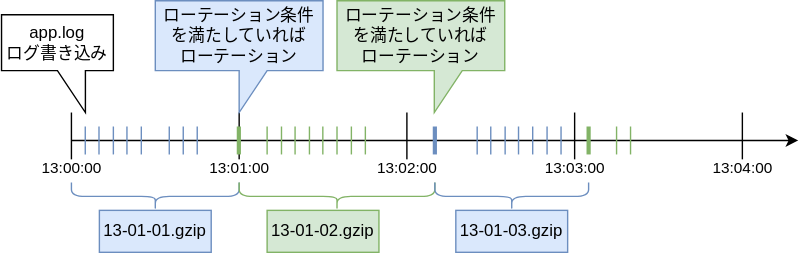
The draw.io diagram logger/doc/specific_img/specific-rotation1.drawio.svg in Riliumph/cpp_util, before a commit. Source tidied: cells renumbered, new cells last; positions are measured from the earlier drawing's top-left corner, leaving out a move shared by most shapes. Its diagram source:
```xml
<mxGraphModel>
  <root>
    <mxCell id="0" />
    <mxCell id="1" parent="0" />
    <mxCell id="2" style="endArrow=classic;html=1;rounded=0;strokeWidth=1;" parent="1" edge="1">
      <mxGeometry relative="1" as="geometry">
        <mxPoint x="50" y="100" as="sourcePoint" />
        <mxPoint x="570" y="100" as="targetPoint" />
      </mxGeometry>
    </mxCell>
    <mxCell id="3" value="13:00:00" style="endArrow=none;html=1;rounded=0;verticalAlign=middle;" parent="1" edge="1">
      <mxGeometry x="-1" relative="1" as="geometry">
        <mxPoint x="50" y="120" as="sourcePoint" />
        <mxPoint x="50" y="80" as="targetPoint" />
      </mxGeometry>
    </mxCell>
    <mxCell id="4" value="13:01:00" style="endArrow=none;html=1;rounded=0;verticalAlign=middle;" parent="1" edge="1">
      <mxGeometry x="-1" relative="1" as="geometry">
        <mxPoint x="170" y="120" as="sourcePoint" />
        <mxPoint x="170" y="80" as="targetPoint" />
      </mxGeometry>
    </mxCell>
    <mxCell id="5" value="13:02:00" style="endArrow=none;html=1;rounded=0;verticalAlign=middle;" parent="1" edge="1">
      <mxGeometry x="-1" relative="1" as="geometry">
        <mxPoint x="290" y="120" as="sourcePoint" />
        <mxPoint x="290" y="80" as="targetPoint" />
      </mxGeometry>
    </mxCell>
    <mxCell id="6" value="13:03:00" style="endArrow=none;html=1;rounded=0;verticalAlign=middle;" parent="1" edge="1">
      <mxGeometry x="-1" relative="1" as="geometry">
        <mxPoint x="410" y="120" as="sourcePoint" />
        <mxPoint x="410" y="80" as="targetPoint" />
      </mxGeometry>
    </mxCell>
    <mxCell id="7" style="endArrow=none;html=1;rounded=0;verticalAlign=middle;fillColor=#dae8fc;strokeColor=#6c8ebf;" parent="1" edge="1">
      <mxGeometry x="-1" relative="1" as="geometry">
        <mxPoint x="69.7" y="110" as="sourcePoint" />
        <mxPoint x="69.7" y="90" as="targetPoint" />
      </mxGeometry>
    </mxCell>
    <mxCell id="8" style="endArrow=none;html=1;rounded=0;verticalAlign=middle;fillColor=#dae8fc;strokeColor=#6c8ebf;" parent="1" edge="1">
      <mxGeometry x="-1" relative="1" as="geometry">
        <mxPoint x="80" y="110" as="sourcePoint" />
        <mxPoint x="80" y="90" as="targetPoint" />
      </mxGeometry>
    </mxCell>
    <mxCell id="9" style="endArrow=none;html=1;rounded=0;verticalAlign=middle;fillColor=#dae8fc;strokeColor=#6c8ebf;" parent="1" edge="1">
      <mxGeometry x="-1" relative="1" as="geometry">
        <mxPoint x="89.7" y="110" as="sourcePoint" />
        <mxPoint x="89.7" y="90" as="targetPoint" />
      </mxGeometry>
    </mxCell>
    <mxCell id="10" style="endArrow=none;html=1;rounded=0;verticalAlign=middle;fillColor=#dae8fc;strokeColor=#6c8ebf;" parent="1" edge="1">
      <mxGeometry x="-1" relative="1" as="geometry">
        <mxPoint x="100" y="110" as="sourcePoint" />
        <mxPoint x="100" y="90" as="targetPoint" />
      </mxGeometry>
    </mxCell>
    <mxCell id="11" style="endArrow=none;html=1;rounded=0;verticalAlign=middle;fillColor=#dae8fc;strokeColor=#6c8ebf;" parent="1" edge="1">
      <mxGeometry x="-1" relative="1" as="geometry">
        <mxPoint x="120" y="110" as="sourcePoint" />
        <mxPoint x="120" y="90" as="targetPoint" />
      </mxGeometry>
    </mxCell>
    <mxCell id="12" style="endArrow=none;html=1;rounded=0;verticalAlign=middle;fillColor=#dae8fc;strokeColor=#6c8ebf;" parent="1" edge="1">
      <mxGeometry x="-1" relative="1" as="geometry">
        <mxPoint x="130" y="110" as="sourcePoint" />
        <mxPoint x="130" y="90" as="targetPoint" />
      </mxGeometry>
    </mxCell>
    <mxCell id="13" style="endArrow=none;html=1;rounded=0;verticalAlign=middle;fillColor=#dae8fc;strokeColor=#6c8ebf;" parent="1" edge="1">
      <mxGeometry x="-1" relative="1" as="geometry">
        <mxPoint x="140" y="110" as="sourcePoint" />
        <mxPoint x="140" y="90" as="targetPoint" />
      </mxGeometry>
    </mxCell>
    <mxCell id="14" style="shape=curlyBracket;whiteSpace=wrap;html=1;rounded=1;flipH=1;labelPosition=right;verticalLabelPosition=middle;align=center;verticalAlign=middle;direction=north;size=0.5;fillColor=#dae8fc;strokeColor=#6c8ebf;" parent="1" vertex="1">
      <mxGeometry x="50" y="130" width="120" height="20" as="geometry" />
    </mxCell>
    <mxCell id="15" value="13-01-01.gzip" style="rounded=0;whiteSpace=wrap;html=1;fillColor=#dae8fc;strokeColor=#6c8ebf;" parent="1" vertex="1">
      <mxGeometry x="70" y="150" width="80" height="30" as="geometry" />
    </mxCell>
    <mxCell id="16" style="shape=curlyBracket;whiteSpace=wrap;html=1;rounded=1;flipH=1;labelPosition=right;verticalLabelPosition=middle;align=center;verticalAlign=middle;direction=north;size=0.5;fillColor=#d5e8d4;strokeColor=#82b366;" parent="1" vertex="1">
      <mxGeometry x="170" y="130" width="140" height="20" as="geometry" />
    </mxCell>
    <mxCell id="17" value="13-01-02.gzip" style="rounded=0;whiteSpace=wrap;html=1;fillColor=#d5e8d4;strokeColor=#82b366;" parent="1" vertex="1">
      <mxGeometry x="190" y="150" width="80" height="30" as="geometry" />
    </mxCell>
    <mxCell id="18" style="shape=curlyBracket;whiteSpace=wrap;html=1;rounded=1;flipH=1;labelPosition=right;verticalLabelPosition=middle;align=center;verticalAlign=middle;direction=north;size=0.5;fillColor=#dae8fc;strokeColor=#6c8ebf;" parent="1" vertex="1">
      <mxGeometry x="310" y="130" width="110" height="20" as="geometry" />
    </mxCell>
    <mxCell id="19" value="13-01-03.gzip" style="rounded=0;whiteSpace=wrap;html=1;fillColor=#dae8fc;strokeColor=#6c8ebf;" parent="1" vertex="1">
      <mxGeometry x="325" y="150" width="80" height="30" as="geometry" />
    </mxCell>
    <mxCell id="20" style="endArrow=none;html=1;rounded=0;verticalAlign=middle;fillColor=#d5e8d4;strokeColor=#82b366;" parent="1" edge="1">
      <mxGeometry x="-1" relative="1" as="geometry">
        <mxPoint x="190" y="110" as="sourcePoint" />
        <mxPoint x="190" y="90" as="targetPoint" />
      </mxGeometry>
    </mxCell>
    <mxCell id="21" style="endArrow=none;html=1;rounded=0;verticalAlign=middle;fillColor=#d5e8d4;strokeColor=#82b366;" parent="1" edge="1">
      <mxGeometry x="-1" relative="1" as="geometry">
        <mxPoint x="200.3" y="110" as="sourcePoint" />
        <mxPoint x="200.3" y="90" as="targetPoint" />
      </mxGeometry>
    </mxCell>
    <mxCell id="22" style="endArrow=none;html=1;rounded=0;verticalAlign=middle;fillColor=#d5e8d4;strokeColor=#82b366;" parent="1" edge="1">
      <mxGeometry x="-1" relative="1" as="geometry">
        <mxPoint x="210" y="110" as="sourcePoint" />
        <mxPoint x="210" y="90" as="targetPoint" />
      </mxGeometry>
    </mxCell>
    <mxCell id="23" style="endArrow=none;html=1;rounded=0;verticalAlign=middle;fillColor=#d5e8d4;strokeColor=#82b366;" parent="1" edge="1">
      <mxGeometry x="-1" relative="1" as="geometry">
        <mxPoint x="220.3" y="110" as="sourcePoint" />
        <mxPoint x="220.3" y="90" as="targetPoint" />
      </mxGeometry>
    </mxCell>
    <mxCell id="24" style="endArrow=none;html=1;rounded=0;verticalAlign=middle;fillColor=#d5e8d4;strokeColor=#82b366;" parent="1" edge="1">
      <mxGeometry x="-1" relative="1" as="geometry">
        <mxPoint x="229.9" y="110" as="sourcePoint" />
        <mxPoint x="229.9" y="90" as="targetPoint" />
      </mxGeometry>
    </mxCell>
    <mxCell id="25" style="endArrow=none;html=1;rounded=0;verticalAlign=middle;fillColor=#d5e8d4;strokeColor=#82b366;" parent="1" edge="1">
      <mxGeometry x="-1" relative="1" as="geometry">
        <mxPoint x="250.3" y="110" as="sourcePoint" />
        <mxPoint x="250.3" y="90" as="targetPoint" />
      </mxGeometry>
    </mxCell>
    <mxCell id="26" style="endArrow=none;html=1;rounded=0;verticalAlign=middle;fillColor=#d5e8d4;strokeColor=#82b366;" parent="1" edge="1">
      <mxGeometry x="-1" relative="1" as="geometry">
        <mxPoint x="260.3" y="110" as="sourcePoint" />
        <mxPoint x="260.3" y="90" as="targetPoint" />
      </mxGeometry>
    </mxCell>
    <mxCell id="27" style="endArrow=none;html=1;rounded=0;verticalAlign=middle;fillColor=#d5e8d4;strokeColor=#82b366;" parent="1" edge="1">
      <mxGeometry x="-1" relative="1" as="geometry">
        <mxPoint x="240" y="110" as="sourcePoint" />
        <mxPoint x="240" y="90" as="targetPoint" />
      </mxGeometry>
    </mxCell>
    <mxCell id="28" style="endArrow=none;html=1;rounded=0;verticalAlign=middle;fillColor=#dae8fc;strokeColor=#6c8ebf;strokeWidth=3;" parent="1" edge="1">
      <mxGeometry x="-1" relative="1" as="geometry">
        <mxPoint x="310" y="110" as="sourcePoint" />
        <mxPoint x="310" y="90" as="targetPoint" />
      </mxGeometry>
    </mxCell>
    <mxCell id="29" style="endArrow=none;html=1;rounded=0;verticalAlign=middle;fillColor=#dae8fc;strokeColor=#6c8ebf;" parent="1" edge="1">
      <mxGeometry x="-1" relative="1" as="geometry">
        <mxPoint x="340.3" y="110" as="sourcePoint" />
        <mxPoint x="340.3" y="90" as="targetPoint" />
      </mxGeometry>
    </mxCell>
    <mxCell id="30" style="endArrow=none;html=1;rounded=0;verticalAlign=middle;fillColor=#dae8fc;strokeColor=#6c8ebf;" parent="1" edge="1">
      <mxGeometry x="-1" relative="1" as="geometry">
        <mxPoint x="350" y="110" as="sourcePoint" />
        <mxPoint x="350" y="90" as="targetPoint" />
      </mxGeometry>
    </mxCell>
    <mxCell id="31" style="endArrow=none;html=1;rounded=0;verticalAlign=middle;fillColor=#dae8fc;strokeColor=#6c8ebf;" parent="1" edge="1">
      <mxGeometry x="-1" relative="1" as="geometry">
        <mxPoint x="360.3" y="110" as="sourcePoint" />
        <mxPoint x="360.3" y="90" as="targetPoint" />
      </mxGeometry>
    </mxCell>
    <mxCell id="32" style="endArrow=none;html=1;rounded=0;verticalAlign=middle;fillColor=#dae8fc;strokeColor=#6c8ebf;" parent="1" edge="1">
      <mxGeometry x="-1" relative="1" as="geometry">
        <mxPoint x="369.9" y="110" as="sourcePoint" />
        <mxPoint x="369.9" y="90" as="targetPoint" />
      </mxGeometry>
    </mxCell>
    <mxCell id="33" style="endArrow=none;html=1;rounded=0;verticalAlign=middle;fillColor=#dae8fc;strokeColor=#6c8ebf;" parent="1" edge="1">
      <mxGeometry x="-1" relative="1" as="geometry">
        <mxPoint x="390.3" y="110" as="sourcePoint" />
        <mxPoint x="390.3" y="90" as="targetPoint" />
      </mxGeometry>
    </mxCell>
    <mxCell id="34" style="endArrow=none;html=1;rounded=0;verticalAlign=middle;fillColor=#dae8fc;strokeColor=#6c8ebf;" parent="1" edge="1">
      <mxGeometry x="-1" relative="1" as="geometry">
        <mxPoint x="400.3" y="110" as="sourcePoint" />
        <mxPoint x="400.3" y="90" as="targetPoint" />
      </mxGeometry>
    </mxCell>
    <mxCell id="35" style="endArrow=none;html=1;rounded=0;verticalAlign=middle;fillColor=#dae8fc;strokeColor=#6c8ebf;" parent="1" edge="1">
      <mxGeometry x="-1" relative="1" as="geometry">
        <mxPoint x="380" y="110" as="sourcePoint" />
        <mxPoint x="380" y="90" as="targetPoint" />
      </mxGeometry>
    </mxCell>
    <mxCell id="36" style="endArrow=none;html=1;rounded=0;verticalAlign=middle;fillColor=#d5e8d4;strokeColor=#82b366;strokeWidth=3;" parent="1" edge="1">
      <mxGeometry x="-1" relative="1" as="geometry">
        <mxPoint x="169.8" y="110" as="sourcePoint" />
        <mxPoint x="169.8" y="90" as="targetPoint" />
      </mxGeometry>
    </mxCell>
    <mxCell id="37" value="&lt;div&gt;ローテーション条件を満たしていれば&lt;/div&gt;&lt;div&gt;&lt;span style=&quot;background-color: transparent; color: light-dark(rgb(0, 0, 0), rgb(255, 255, 255));&quot;&gt;ローテーション&lt;/span&gt;&lt;/div&gt;" style="shape=callout;whiteSpace=wrap;html=1;perimeter=calloutPerimeter;direction=east;fillColor=#d5e8d4;strokeColor=#82b366;position2=0.58;size=30;position=0.58;" parent="1" vertex="1">
      <mxGeometry x="240" width="120" height="80" as="geometry" />
    </mxCell>
    <mxCell id="38" style="endArrow=none;html=1;rounded=0;verticalAlign=middle;fillColor=#dae8fc;strokeColor=#6c8ebf;" parent="1" edge="1">
      <mxGeometry x="-1" relative="1" as="geometry">
        <mxPoint x="59.9" y="110" as="sourcePoint" />
        <mxPoint x="59.9" y="90" as="targetPoint" />
      </mxGeometry>
    </mxCell>
    <mxCell id="39" value="&lt;div&gt;ローテーション条件を満たしていれば&lt;/div&gt;&lt;div&gt;&lt;div&gt;&lt;span style=&quot;background-color: transparent; color: light-dark(rgb(0, 0, 0), rgb(255, 255, 255));&quot;&gt;ローテーション&lt;/span&gt;&lt;/div&gt;&lt;/div&gt;" style="shape=callout;whiteSpace=wrap;html=1;perimeter=calloutPerimeter;direction=east;fillColor=#dae8fc;strokeColor=#6c8ebf;" parent="1" vertex="1">
      <mxGeometry x="110" width="120" height="80" as="geometry" />
    </mxCell>
    <mxCell id="40" value="13:04:00" style="endArrow=none;html=1;rounded=0;verticalAlign=middle;" parent="1" edge="1">
      <mxGeometry x="-1" relative="1" as="geometry">
        <mxPoint x="530" y="120" as="sourcePoint" />
        <mxPoint x="530" y="80" as="targetPoint" />
      </mxGeometry>
    </mxCell>
    <mxCell id="41" style="endArrow=none;html=1;rounded=0;verticalAlign=middle;fillColor=#d5e8d4;strokeColor=#82b366;strokeWidth=3;" parent="1" edge="1">
      <mxGeometry x="-1" relative="1" as="geometry">
        <mxPoint x="420" y="110" as="sourcePoint" />
        <mxPoint x="420" y="90" as="targetPoint" />
      </mxGeometry>
    </mxCell>
    <mxCell id="42" style="endArrow=none;html=1;rounded=0;verticalAlign=middle;fillColor=#d5e8d4;strokeColor=#82b366;" parent="1" edge="1">
      <mxGeometry x="-1" relative="1" as="geometry">
        <mxPoint x="440" y="110" as="sourcePoint" />
        <mxPoint x="440" y="90" as="targetPoint" />
      </mxGeometry>
    </mxCell>
    <mxCell id="43" style="endArrow=none;html=1;rounded=0;verticalAlign=middle;fillColor=#d5e8d4;strokeColor=#82b366;" parent="1" edge="1">
      <mxGeometry x="-1" relative="1" as="geometry">
        <mxPoint x="450" y="110" as="sourcePoint" />
        <mxPoint x="450" y="90" as="targetPoint" />
      </mxGeometry>
    </mxCell>
    <mxCell id="44" value="&lt;div&gt;app.log&lt;/div&gt;ログ書き込み" style="shape=callout;whiteSpace=wrap;html=1;perimeter=calloutPerimeter;direction=east;base=20;position2=0.75;" parent="1" vertex="1">
      <mxGeometry y="10" width="80" height="70" as="geometry" />
    </mxCell>
  </root>
</mxGraphModel>
```
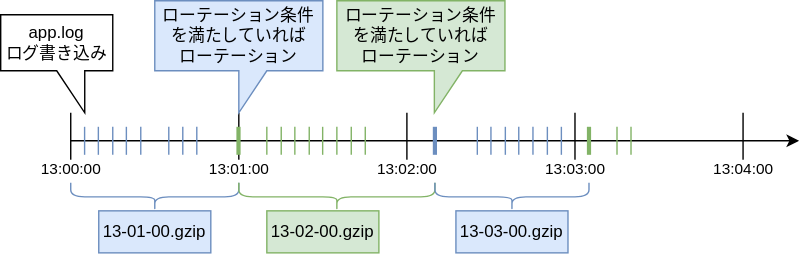
The same file after the commit.

What changed in the source:
```diff
@@ -77,19 +77,19 @@
     <mxCell id="14" style="shape=curlyBracket;whiteSpace=wrap;html=1;rounded=1;flipH=1;labelPosition=right;verticalLabelPosition=middle;align=center;verticalAlign=middle;direction=north;size=0.5;fillColor=#dae8fc;strokeColor=#6c8ebf;" parent="1" vertex="1">
       <mxGeometry x="50" y="130" width="120" height="20" as="geometry" />
     </mxCell>
-    <mxCell id="15" value="13-01-01.gzip" style="rounded=0;whiteSpace=wrap;html=1;fillColor=#dae8fc;strokeColor=#6c8ebf;" parent="1" vertex="1">
+    <mxCell id="15" value="13-01-00.gzip" style="rounded=0;whiteSpace=wrap;html=1;fillColor=#dae8fc;strokeColor=#6c8ebf;" parent="1" vertex="1">
       <mxGeometry x="70" y="150" width="80" height="30" as="geometry" />
     </mxCell>
     <mxCell id="16" style="shape=curlyBracket;whiteSpace=wrap;html=1;rounded=1;flipH=1;labelPosition=right;verticalLabelPosition=middle;align=center;verticalAlign=middle;direction=north;size=0.5;fillColor=#d5e8d4;strokeColor=#82b366;" parent="1" vertex="1">
       <mxGeometry x="170" y="130" width="140" height="20" as="geometry" />
     </mxCell>
-    <mxCell id="17" value="13-01-02.gzip" style="rounded=0;whiteSpace=wrap;html=1;fillColor=#d5e8d4;strokeColor=#82b366;" parent="1" vertex="1">
+    <mxCell id="17" value="13-02-00.gzip" style="rounded=0;whiteSpace=wrap;html=1;fillColor=#d5e8d4;strokeColor=#82b366;" parent="1" vertex="1">
       <mxGeometry x="190" y="150" width="80" height="30" as="geometry" />
     </mxCell>
     <mxCell id="18" style="shape=curlyBracket;whiteSpace=wrap;html=1;rounded=1;flipH=1;labelPosition=right;verticalLabelPosition=middle;align=center;verticalAlign=middle;direction=north;size=0.5;fillColor=#dae8fc;strokeColor=#6c8ebf;" parent="1" vertex="1">
       <mxGeometry x="310" y="130" width="110" height="20" as="geometry" />
     </mxCell>
-    <mxCell id="19" value="13-01-03.gzip" style="rounded=0;whiteSpace=wrap;html=1;fillColor=#dae8fc;strokeColor=#6c8ebf;" parent="1" vertex="1">
+    <mxCell id="19" value="13-03-00.gzip" style="rounded=0;whiteSpace=wrap;html=1;fillColor=#dae8fc;strokeColor=#6c8ebf;" parent="1" vertex="1">
       <mxGeometry x="325" y="150" width="80" height="30" as="geometry" />
     </mxCell>
     <mxCell id="20" style="endArrow=none;html=1;rounded=0;verticalAlign=middle;fillColor=#d5e8d4;strokeColor=#82b366;" parent="1" edge="1">
```
